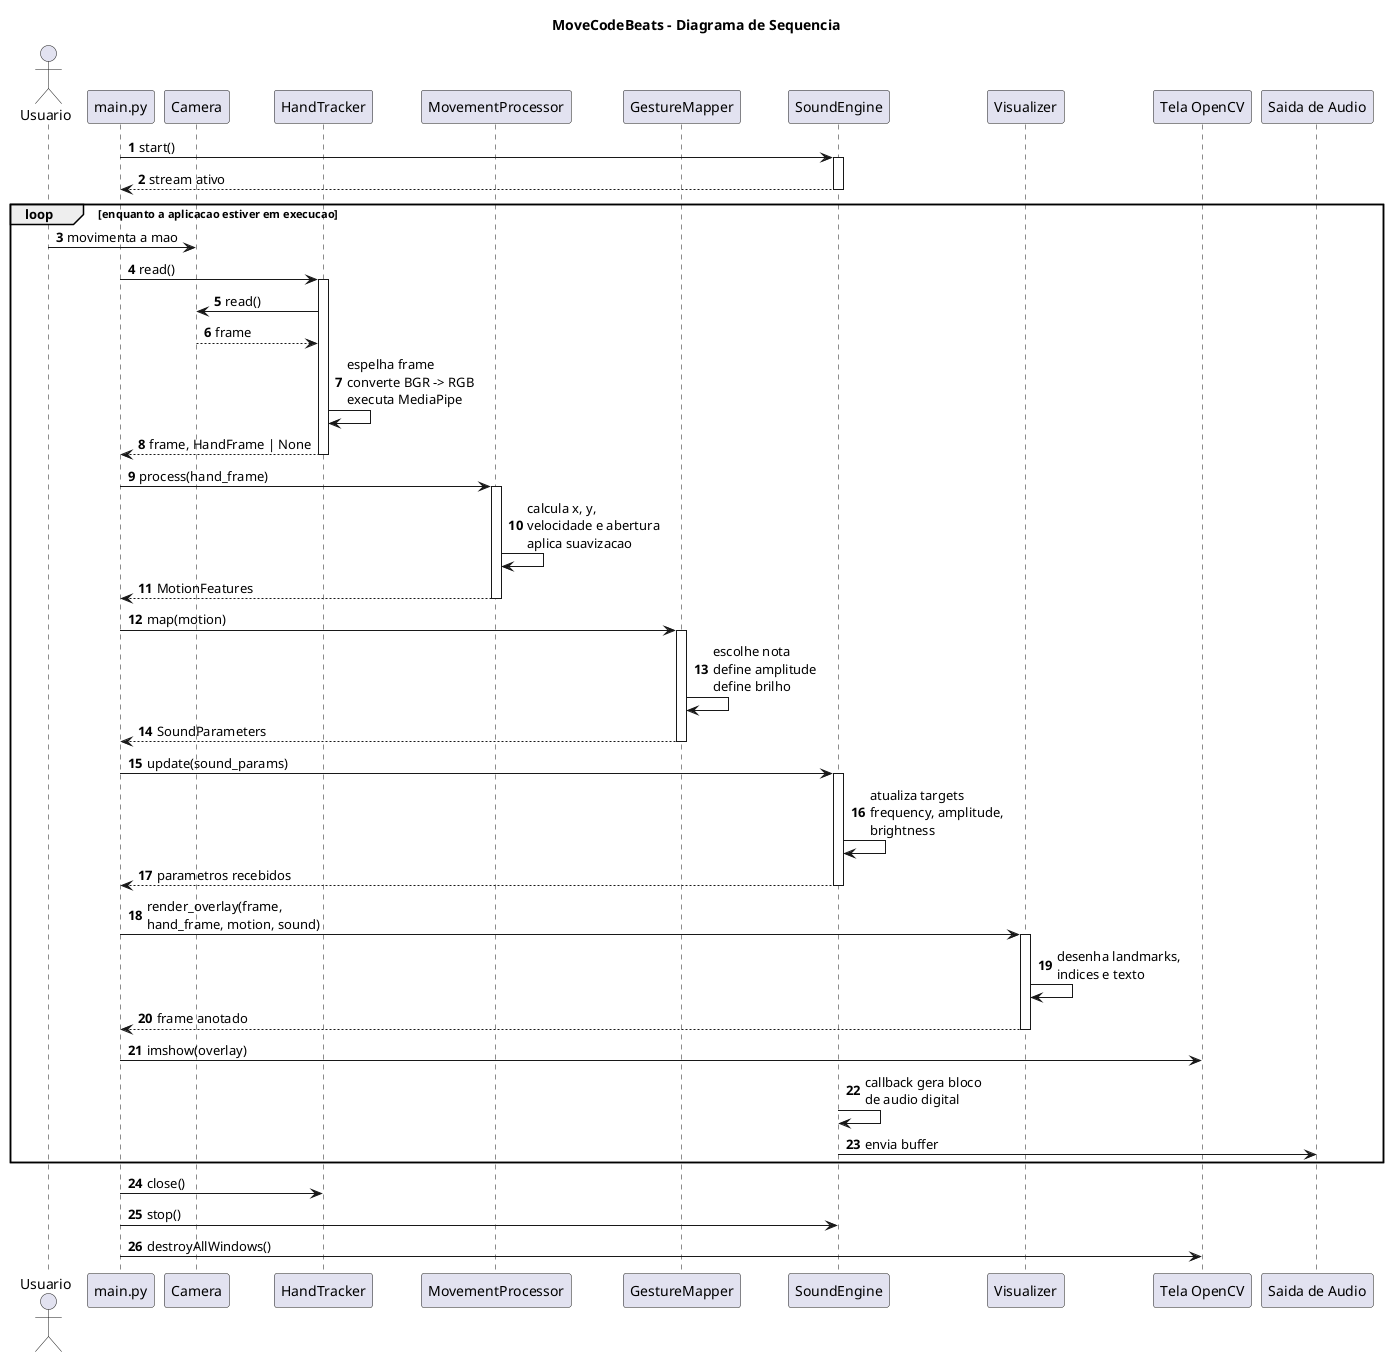
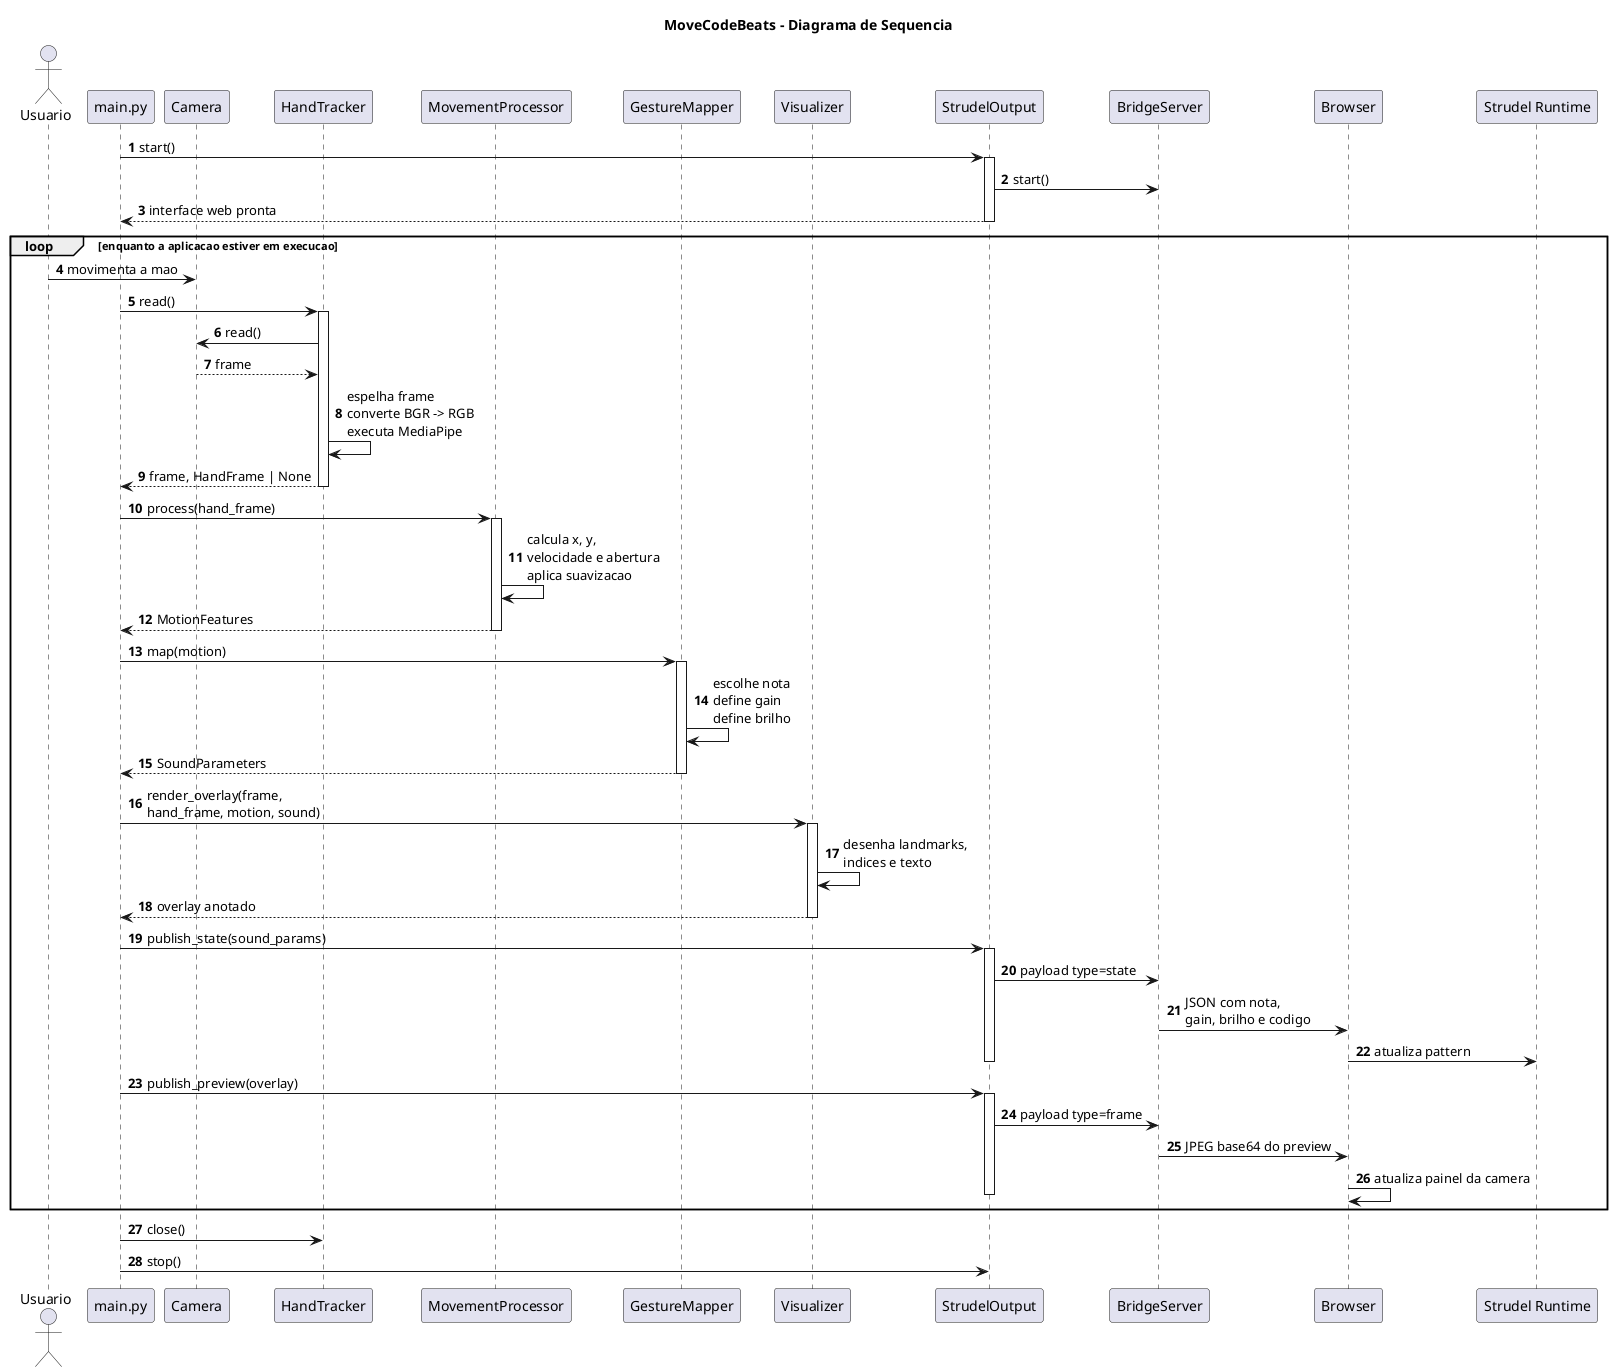
@startuml
title MoveCodeBeats - Diagrama de Sequencia
autonumber

actor Usuario
participant "main.py" as Main
participant "Camera" as Camera
participant "HandTracker" as HandTracker
participant "MovementProcessor" as MovementProcessor
participant "GestureMapper" as GestureMapper
- participant "SoundEngine" as SoundEngine
participant "Visualizer" as Visualizer
- participant "Tela OpenCV" as Screen
- participant "Saida de Audio" as AudioOut
+ participant "StrudelOutput" as StrudelOutput
+ participant "BridgeServer" as BridgeServer
+ participant "Browser" as Browser
+ participant "Strudel Runtime" as StrudelRuntime

- Main -> SoundEngine : start()
- activate SoundEngine
- SoundEngine --> Main : stream ativo
- deactivate SoundEngine
+ Main -> StrudelOutput : start()
+ activate StrudelOutput
+ StrudelOutput -> BridgeServer : start()
+ StrudelOutput --> Main : interface web pronta
+ deactivate StrudelOutput

loop enquanto a aplicacao estiver em execucao
  Usuario -> Camera : movimenta a mao
  Main -> HandTracker : read()
  activate HandTracker
  HandTracker -> Camera : read()
  Camera --> HandTracker : frame
  HandTracker -> HandTracker : espelha frame\nconverte BGR -> RGB\nexecuta MediaPipe
  HandTracker --> Main : frame, HandFrame | None
  deactivate HandTracker

  Main -> MovementProcessor : process(hand_frame)
  activate MovementProcessor
  MovementProcessor -> MovementProcessor : calcula x, y,\nvelocidade e abertura\naplica suavizacao
  MovementProcessor --> Main : MotionFeatures
  deactivate MovementProcessor

  Main -> GestureMapper : map(motion)
  activate GestureMapper
-   GestureMapper -> GestureMapper : escolhe nota\ndefine amplitude\ndefine brilho
+   GestureMapper -> GestureMapper : escolhe nota\ndefine gain\ndefine brilho
  GestureMapper --> Main : SoundParameters
  deactivate GestureMapper
- 
-   Main -> SoundEngine : update(sound_params)
-   activate SoundEngine
-   SoundEngine -> SoundEngine : atualiza targets\nfrequency, amplitude,\nbrightness
-   SoundEngine --> Main : parametros recebidos
-   deactivate SoundEngine

  Main -> Visualizer : render_overlay(frame,\nhand_frame, motion, sound)
  activate Visualizer
  Visualizer -> Visualizer : desenha landmarks,\nindices e texto
-   Visualizer --> Main : frame anotado
+   Visualizer --> Main : overlay anotado
  deactivate Visualizer

-   Main -> Screen : imshow(overlay)
-   SoundEngine -> SoundEngine : callback gera bloco\nde audio digital
-   SoundEngine -> AudioOut : envia buffer
+   Main -> StrudelOutput : publish_state(sound_params)
+   activate StrudelOutput
+   StrudelOutput -> BridgeServer : payload type=state
+   BridgeServer -> Browser : JSON com nota,\ngain, brilho e codigo
+   Browser -> StrudelRuntime : atualiza pattern
+   deactivate StrudelOutput
+ 
+   Main -> StrudelOutput : publish_preview(overlay)
+   activate StrudelOutput
+   StrudelOutput -> BridgeServer : payload type=frame
+   BridgeServer -> Browser : JPEG base64 do preview
+   Browser -> Browser : atualiza painel da camera
+   deactivate StrudelOutput
end

Main -> HandTracker : close()
- Main -> SoundEngine : stop()
- Main -> Screen : destroyAllWindows()
+ Main -> StrudelOutput : stop()
@enduml
